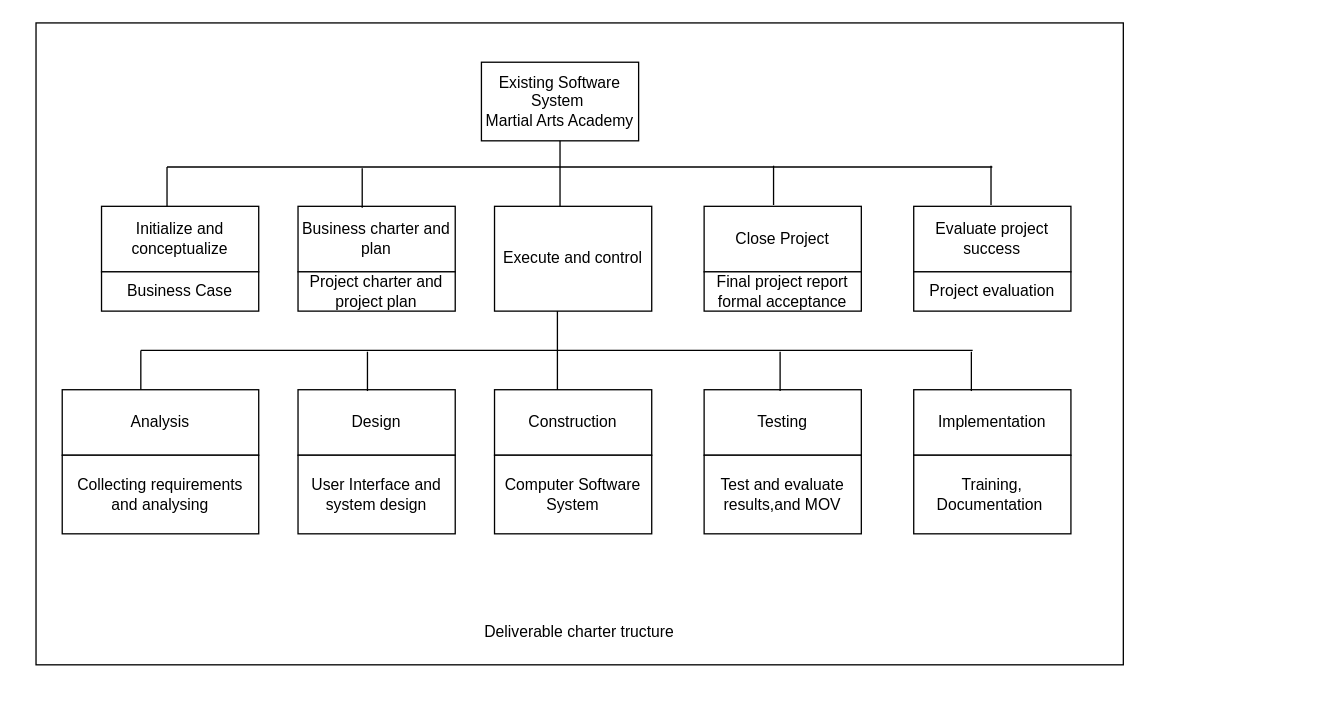
Earlier version of the draw.io diagram Software PM DSC.drawio (emmanuel-george/TestProject). Source tidied: cells renumbered, new cells numbered last; positions are measured from the earlier drawing's top-left corner, leaving out a move shared by most shapes. Both pictures are drawn from the tidied source at 131%, with x=0, y=0 at pixel (35, 22).
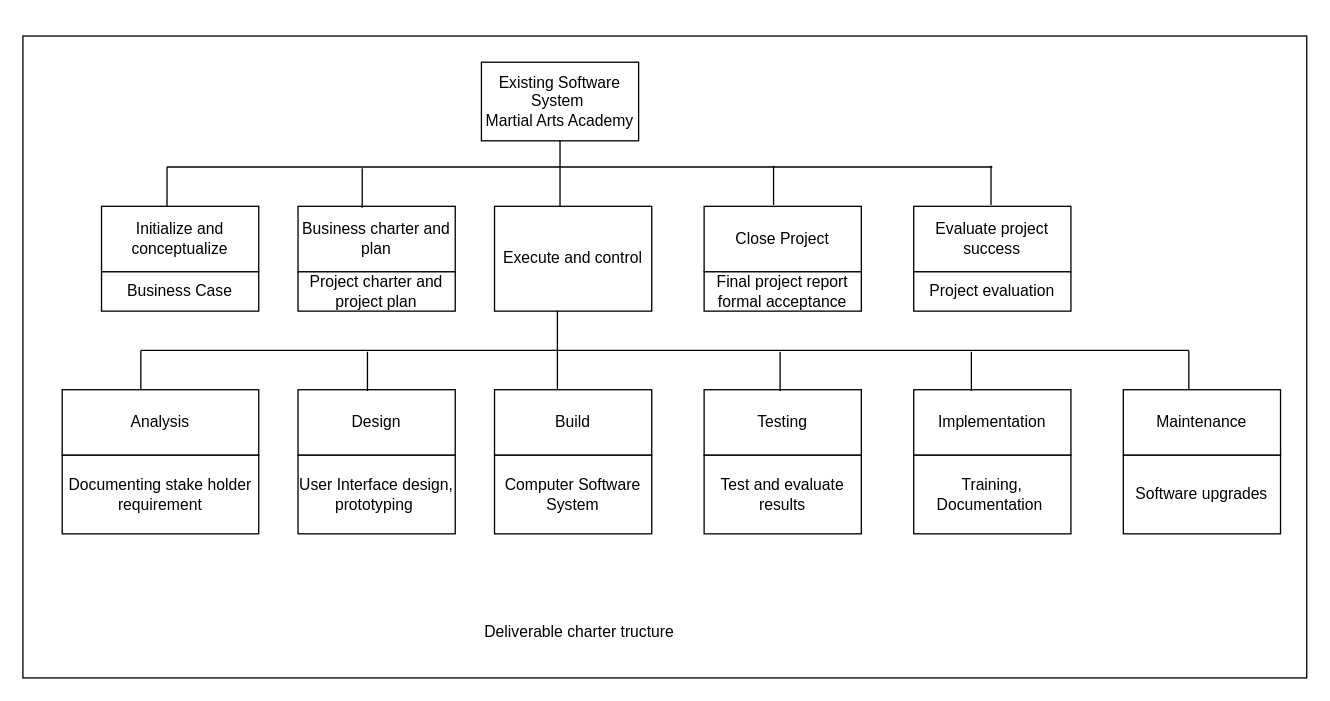
Above is the later version.

The edit, as a diff of the source:
```diff
@@
     <mxCell id="2" style="rounded=0;whiteSpace=wrap;html=1;" parent="1" vertex="1">
-      <mxGeometry width="830" height="490" as="geometry" />
+      <mxGeometry x="-10" y="10" width="980" height="490" as="geometry" />
     </mxCell>
@@
-    <mxCell id="14" value="Collecting requirements and analysing" style="rounded=0;whiteSpace=wrap;html=1;" parent="1" vertex="1">
+    <mxCell id="14" value="Documenting stake holder requirement" style="rounded=0;whiteSpace=wrap;html=1;" parent="1" vertex="1">
       <mxGeometry x="20" y="330" width="150" height="60" as="geometry" />
     </mxCell>
@@
-    <mxCell id="16" value="User Interface and system design" style="rounded=0;whiteSpace=wrap;html=1;" parent="1" vertex="1">
+    <mxCell id="16" value="User Interface design, prototyping&amp;nbsp;" style="rounded=0;whiteSpace=wrap;html=1;" parent="1" vertex="1">
       <mxGeometry x="200" y="330" width="120" height="60" as="geometry" />
     </mxCell>
-    <mxCell id="17" value="Construction" style="rounded=0;whiteSpace=wrap;html=1;" parent="1" vertex="1">
+    <mxCell id="17" value="Build" style="rounded=0;whiteSpace=wrap;html=1;" parent="1" vertex="1">
       <mxGeometry x="350" y="280" width="120" height="50" as="geometry" />
     </mxCell>
@@
-    <mxCell id="19" value="Test and evaluate results,and MOV" style="rounded=0;whiteSpace=wrap;html=1;" parent="1" vertex="1">
+    <mxCell id="19" value="Test and evaluate results" style="rounded=0;whiteSpace=wrap;html=1;" parent="1" vertex="1">
       <mxGeometry x="510" y="330" width="120" height="60" as="geometry" />
     </mxCell>
@@
     <mxCell id="29" style="endArrow=none;html=1;rounded=0;" parent="1" edge="1">
       <mxGeometry relative="1" as="geometry">
         <mxPoint x="80" y="250" as="sourcePoint" />
-        <mxPoint x="715" y="250" as="targetPoint" />
+        <mxPoint x="880" y="250" as="targetPoint" />
       </mxGeometry>
     </mxCell>
@@
+    <mxCell id="37" value="Maintenance" style="rounded=0;whiteSpace=wrap;html=1;" parent="1" vertex="1">
+      <mxGeometry x="830" y="280" width="120" height="50" as="geometry" />
+    </mxCell>
+    <mxCell id="38" value="Software upgrades" style="rounded=0;whiteSpace=wrap;html=1;" parent="1" vertex="1">
+      <mxGeometry x="830" y="330" width="120" height="60" as="geometry" />
+    </mxCell>
+    <mxCell id="39" style="endArrow=none;html=1;rounded=0;" parent="1" edge="1">
+      <mxGeometry relative="1" as="geometry">
+        <mxPoint x="880" y="280" as="sourcePoint" />
+        <mxPoint x="880" y="250" as="targetPoint" />
+      </mxGeometry>
+    </mxCell>
```
